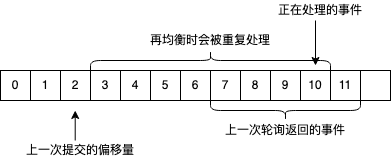
Earlier version of the draw.io export kafka重复消费.png (wu0hgl/note_pic). Source tidied: cells renumbered, new cells last; positions are measured from the earlier drawing's top-left corner, leaving out a move shared by most shapes.
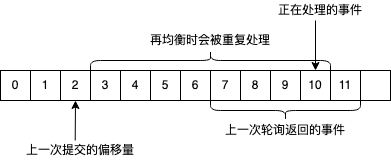
Above is the later version.

Commit message:
更新kafka重复消费.png

Change to the diagram source:
```diff
@@ -44,10 +44,9 @@
     <mxCell id="15" style="shape=curlyBracket;whiteSpace=wrap;html=1;rounded=1;fillColor=#000000;direction=south;size=0.5;" parent="1" vertex="1">
       <mxGeometry x="90" y="50" width="240" height="20" as="geometry" />
     </mxCell>
-    <mxCell id="16" style="endArrow=classic;html=1;" parent="1" edge="1">
+    <mxCell id="16" style="endArrow=classic;html=1;entryX=0.5;entryY=1;entryDx=0;entryDy=0;" parent="1" edge="1" target="4">
       <mxGeometry relative="1" as="geometry">
         <mxPoint x="74.7" y="140" as="sourcePoint" />
-        <mxPoint x="74.7" y="110" as="targetPoint" />
       </mxGeometry>
     </mxCell>
     <mxCell id="17" value="上一次提交的偏移量" style="text;html=1;strokeColor=none;fillColor=none;align=center;verticalAlign=middle;whiteSpace=wrap;rounded=0;" parent="1" vertex="1">
@@ -56,10 +55,9 @@
     <mxCell id="18" value="再均衡时会被重复处理" style="text;html=1;strokeColor=none;fillColor=none;align=center;verticalAlign=middle;whiteSpace=wrap;rounded=0;" parent="1" vertex="1">
       <mxGeometry x="140" y="30" width="140" height="20" as="geometry" />
     </mxCell>
-    <mxCell id="19" style="endArrow=classic;html=1;" parent="1" edge="1">
+    <mxCell id="19" style="endArrow=classic;html=1;entryX=0.5;entryY=0;entryDx=0;entryDy=0;" parent="1" edge="1" target="12">
       <mxGeometry relative="1" as="geometry">
         <mxPoint x="315" y="20" as="sourcePoint" />
-        <mxPoint x="315" y="65" as="targetPoint" />
       </mxGeometry>
     </mxCell>
     <mxCell id="20" value="正在处理的事件" style="text;html=1;strokeColor=none;fillColor=none;align=center;verticalAlign=middle;whiteSpace=wrap;rounded=0;" parent="1" vertex="1">
```
